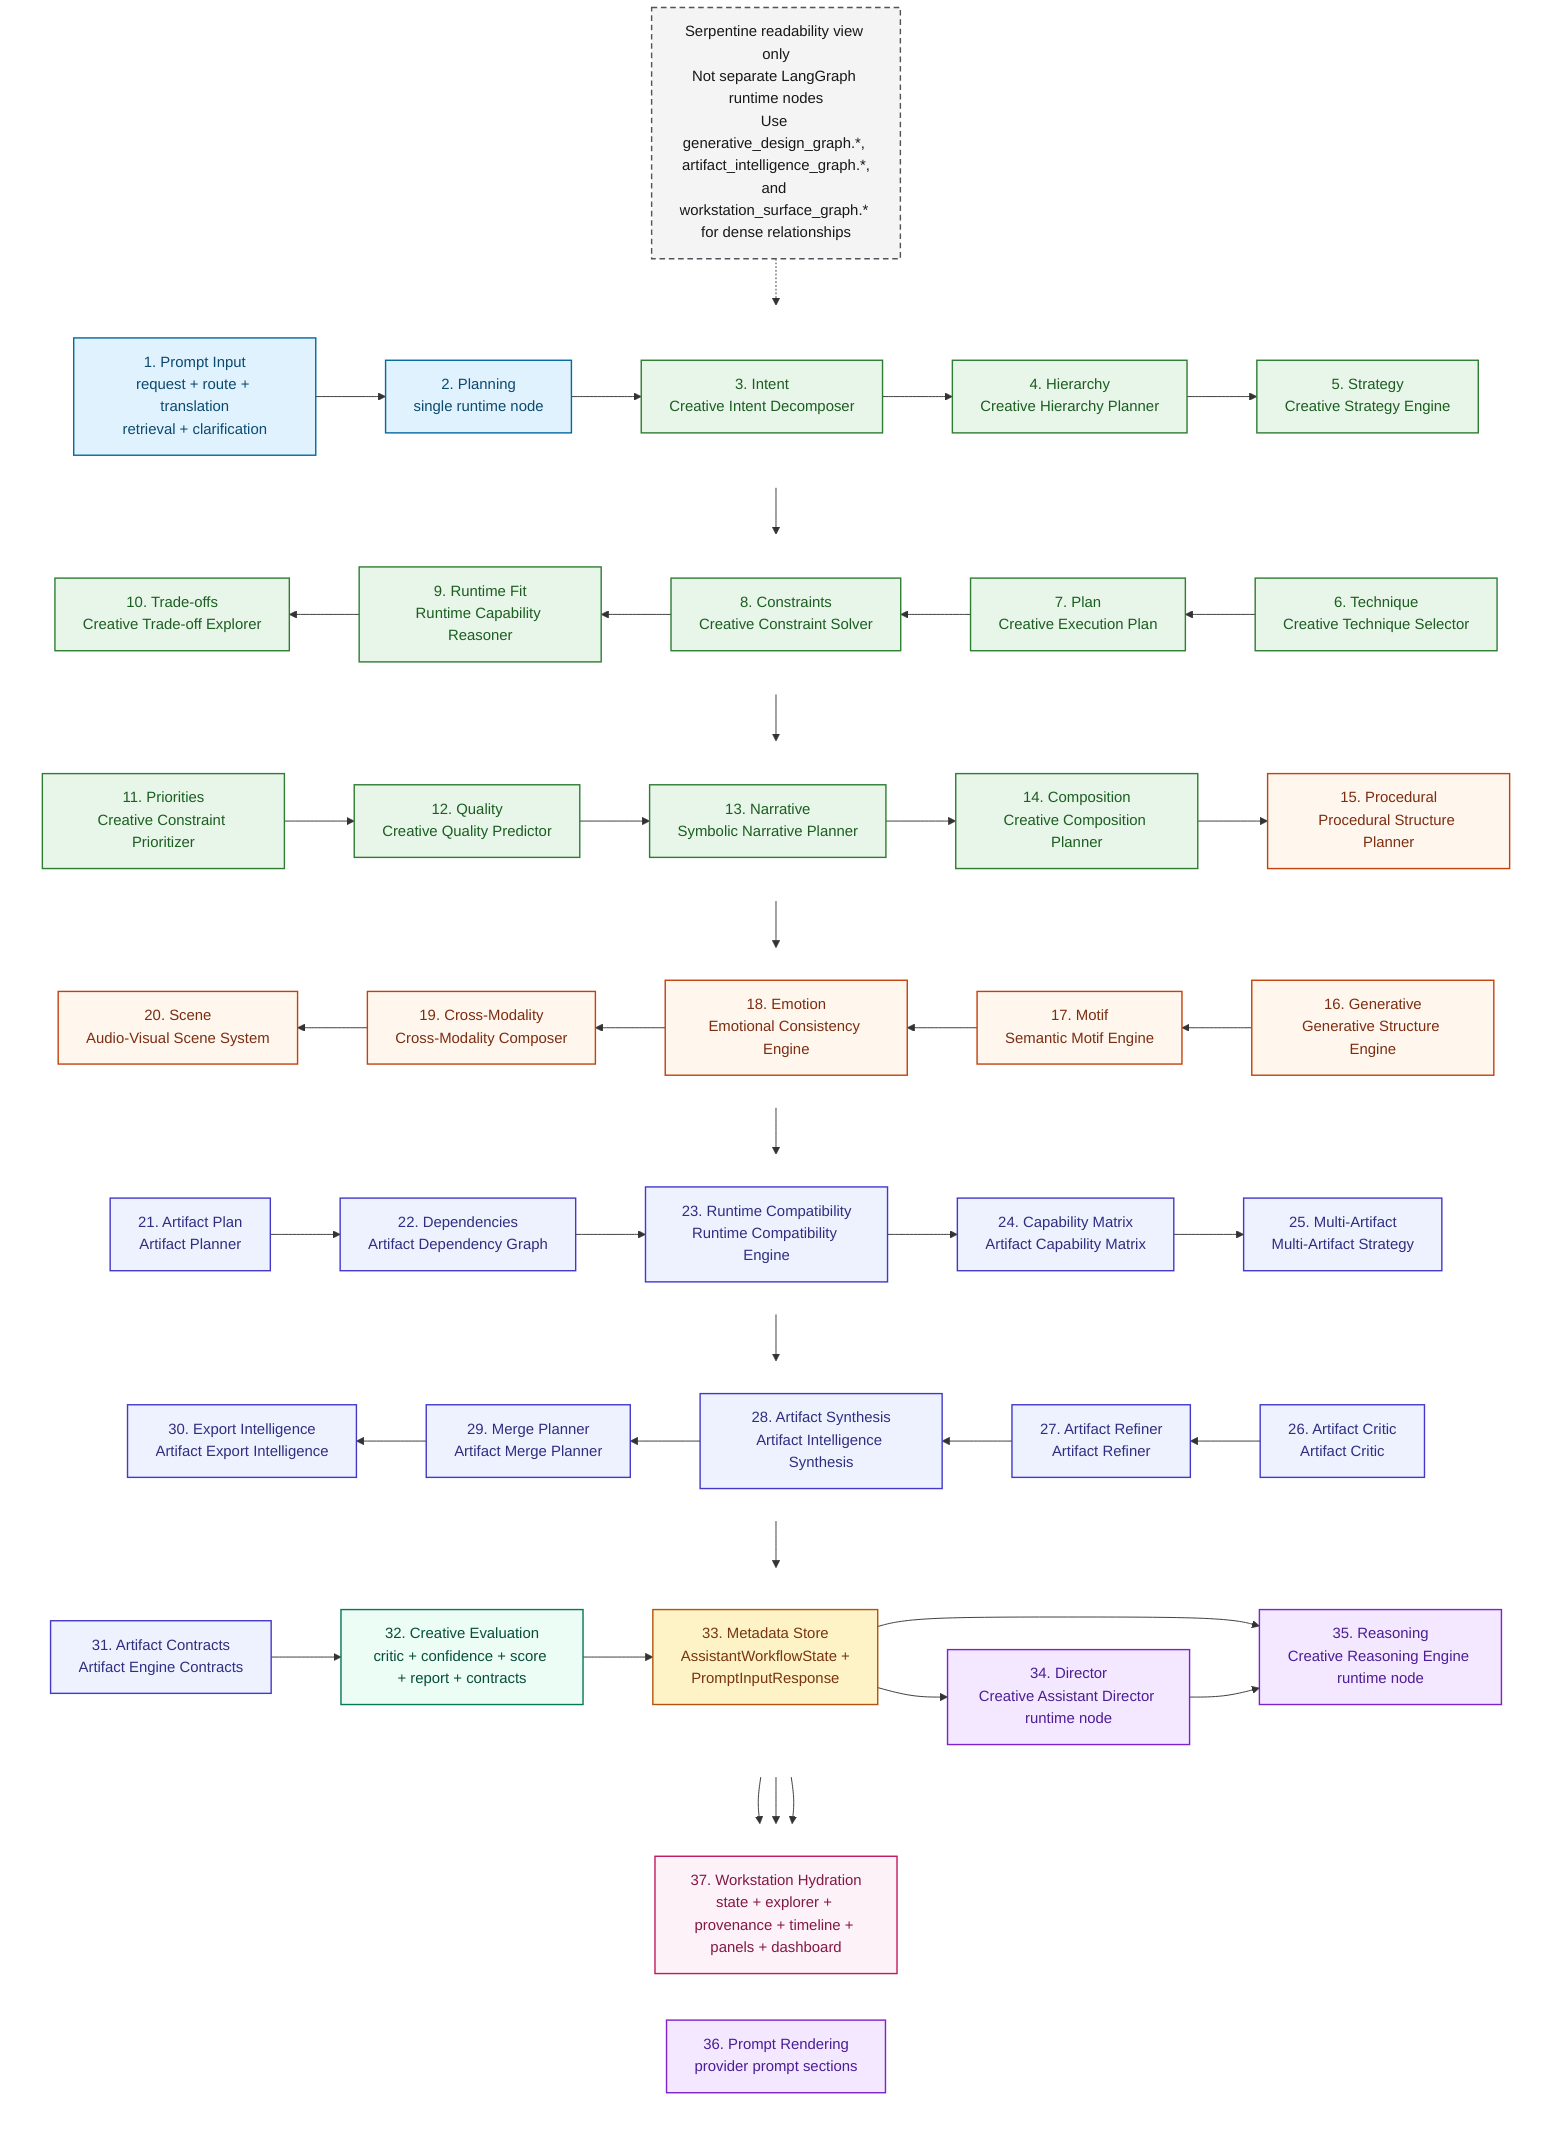
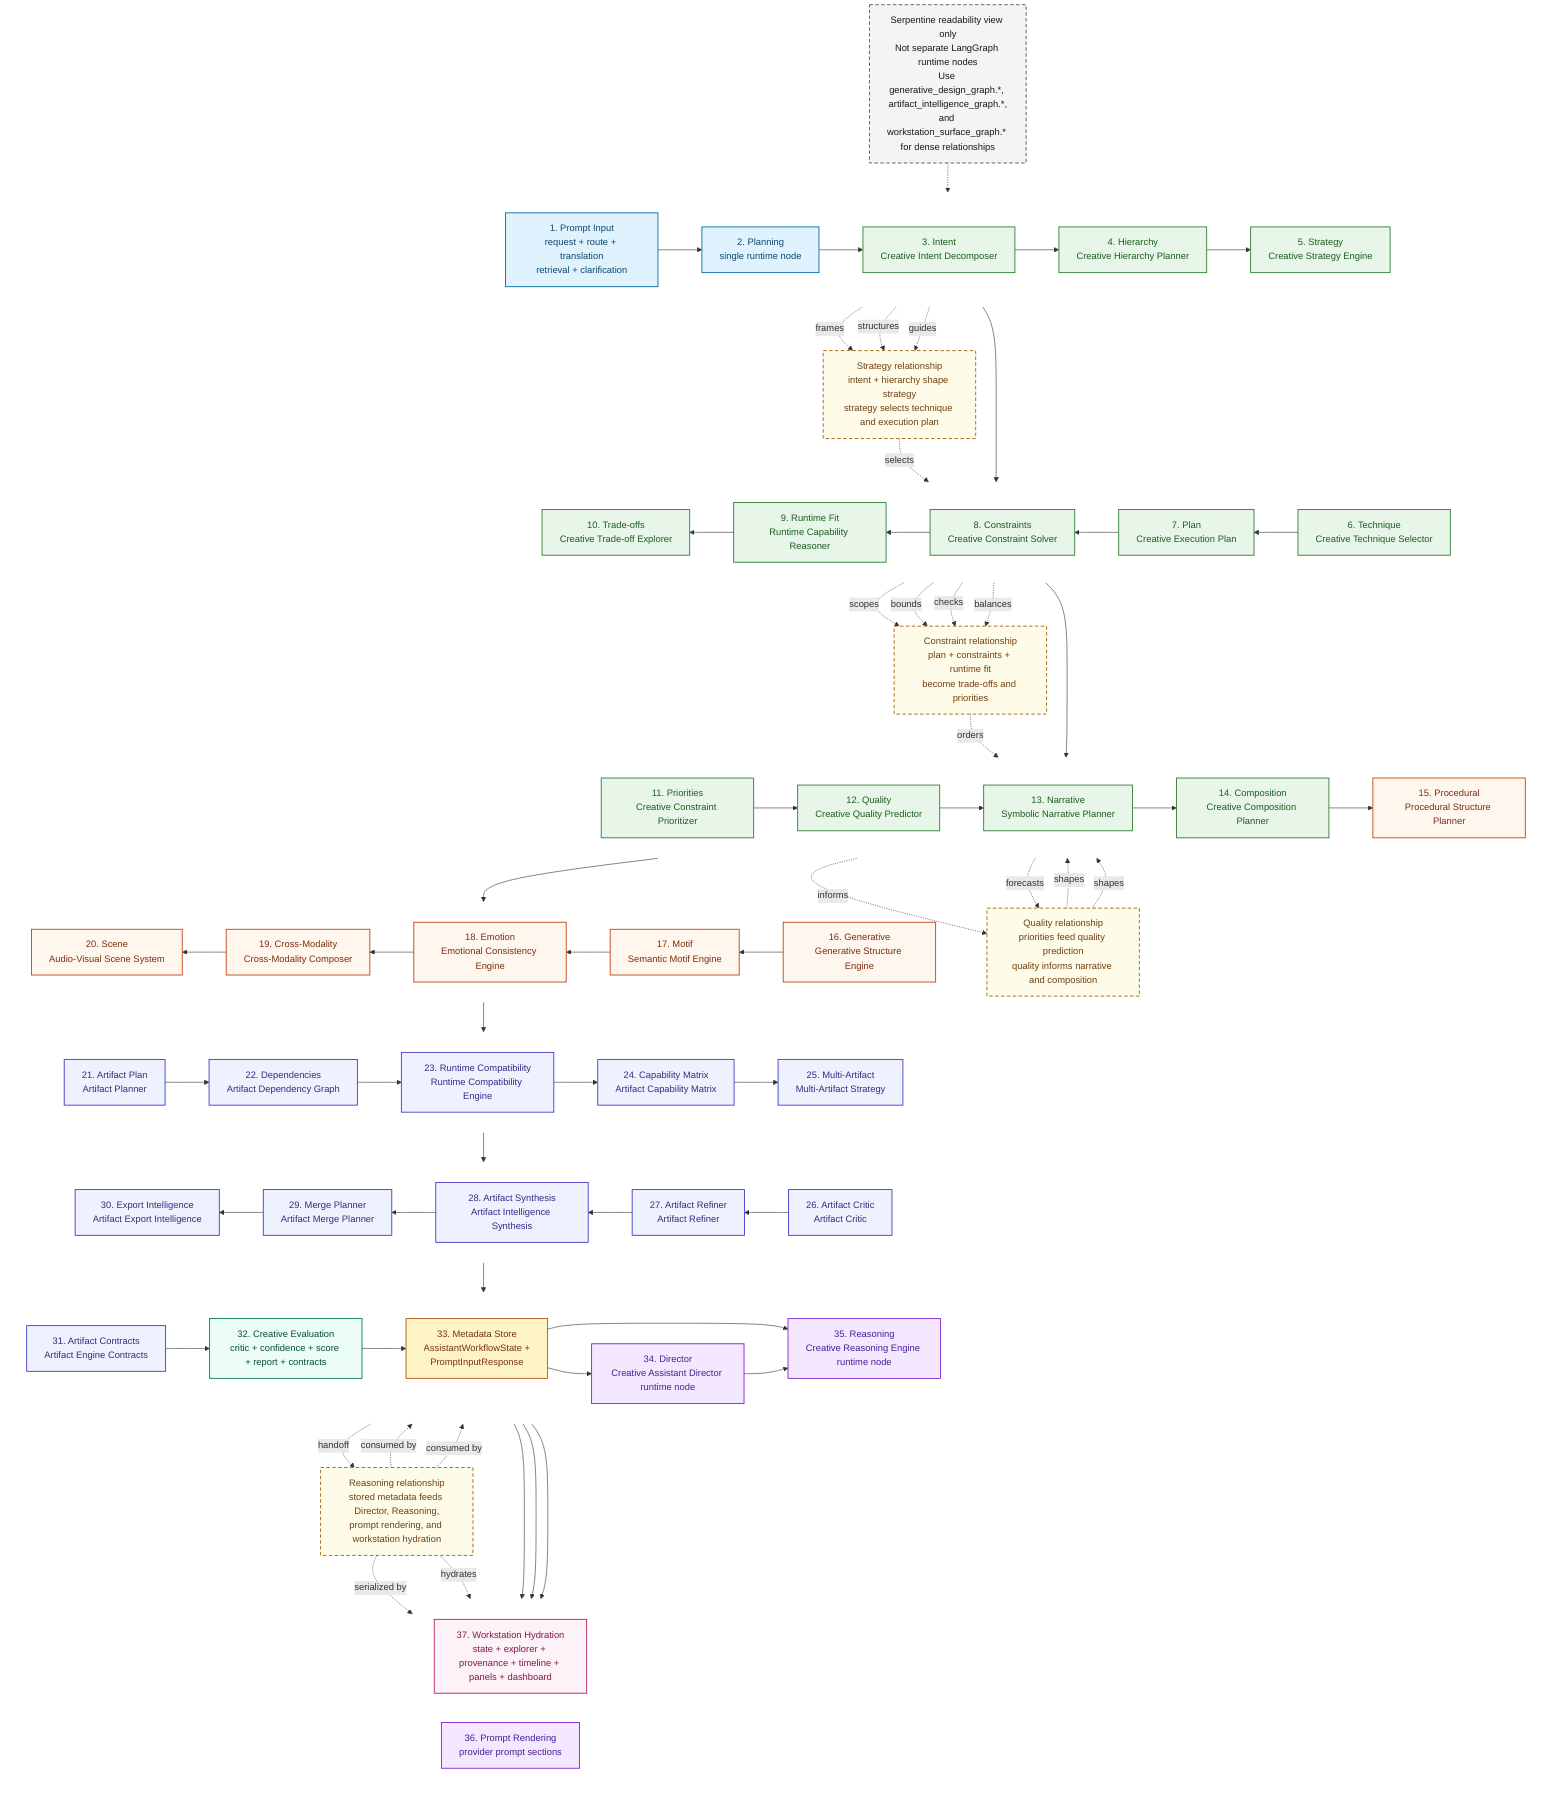
flowchart TB
    %% Class palette
    classDef runtime fill:#E0F2FE,stroke:#0369A1,color:#0C4A6E,stroke-width:1.5px;
    classDef cognition fill:#E8F5E9,stroke:#2E7D32,color:#1B5E20,stroke-width:1.5px;
    classDef design fill:#FFF7ED,stroke:#C2410C,color:#7C2D12,stroke-width:1.5px;
    classDef artifact fill:#EEF2FF,stroke:#4338CA,color:#312E81,stroke-width:1.5px;
    classDef evaluation fill:#ECFDF5,stroke:#047857,color:#064E3B,stroke-width:1.5px;
    classDef store fill:#FEF3C7,stroke:#B45309,color:#78350F,stroke-width:1.5px;
    classDef consumer fill:#F3E8FF,stroke:#7E22CE,color:#4C1D95,stroke-width:1.5px;
    classDef workstation fill:#FDF2F8,stroke:#BE185D,color:#831843,stroke-width:1.5px;
    classDef note fill:#F4F4F5,stroke:#52525B,color:#18181B,stroke-width:1.5px,stroke-dasharray: 6 4;
+     classDef relationship fill:#FEFCE8,stroke:#A16207,color:#713F12,stroke-width:1.5px,stroke-dasharray: 6 4;

    %% Serpentine readability rows
    subgraph row_1[" "]
        direction LR
        prompt_input["1. Prompt Input<br/>request + route + translation<br/>retrieval + clarification"]:::runtime
        planning["2. Planning<br/>single runtime node"]:::runtime
        intent["3. Intent<br/>Creative Intent Decomposer"]:::cognition
        hierarchy["4. Hierarchy<br/>Creative Hierarchy Planner"]:::cognition
        strategy["5. Strategy<br/>Creative Strategy Engine"]:::cognition
    end

    subgraph row_2[" "]
        direction RL
        techniques["6. Technique<br/>Creative Technique Selector"]:::cognition
        plan["7. Plan<br/>Creative Execution Plan"]:::cognition
        constraints["8. Constraints<br/>Creative Constraint Solver"]:::cognition
        runtime_reasoner["9. Runtime Fit<br/>Runtime Capability Reasoner"]:::cognition
        tradeoffs["10. Trade-offs<br/>Creative Trade-off Explorer"]:::cognition
    end

    subgraph row_3[" "]
        direction LR
        priorities["11. Priorities<br/>Creative Constraint Prioritizer"]:::cognition
        quality["12. Quality<br/>Creative Quality Predictor"]:::cognition
        narrative["13. Narrative<br/>Symbolic Narrative Planner"]:::cognition
        composition["14. Composition<br/>Creative Composition Planner"]:::cognition
        procedural["15. Procedural<br/>Procedural Structure Planner"]:::design
    end

    subgraph row_4[" "]
        direction RL
        generative["16. Generative<br/>Generative Structure Engine"]:::design
        motif["17. Motif<br/>Semantic Motif Engine"]:::design
        emotion["18. Emotion<br/>Emotional Consistency Engine"]:::design
        cross["19. Cross-Modality<br/>Cross-Modality Composer"]:::design
        scene["20. Scene<br/>Audio-Visual Scene System"]:::design
    end

    subgraph row_5[" "]
        direction LR
        artifact_plan["21. Artifact Plan<br/>Artifact Planner"]:::artifact
        dependency["22. Dependencies<br/>Artifact Dependency Graph"]:::artifact
        compatibility["23. Runtime Compatibility<br/>Runtime Compatibility Engine"]:::artifact
        capability["24. Capability Matrix<br/>Artifact Capability Matrix"]:::artifact
        artifact_strategy["25. Multi-Artifact<br/>Multi-Artifact Strategy"]:::artifact
    end

    subgraph row_6[" "]
        direction RL
        artifact_critic["26. Artifact Critic<br/>Artifact Critic"]:::artifact
        artifact_refiner["27. Artifact Refiner<br/>Artifact Refiner"]:::artifact
        artifact_synthesis["28. Artifact Synthesis<br/>Artifact Intelligence Synthesis"]:::artifact
        merge_planner["29. Merge Planner<br/>Artifact Merge Planner"]:::artifact
        export_intelligence["30. Export Intelligence<br/>Artifact Export Intelligence"]:::artifact
    end

    subgraph row_7[" "]
        direction LR
        contracts["31. Artifact Contracts<br/>Artifact Engine Contracts"]:::artifact
        evaluation["32. Creative Evaluation<br/>critic + confidence + score + report + contracts"]:::evaluation
        metadata_store["33. Metadata Store<br/>AssistantWorkflowState +<br/>PromptInputResponse"]:::store
        director["34. Director<br/>Creative Assistant Director runtime node"]:::consumer
        reasoning["35. Reasoning<br/>Creative Reasoning Engine runtime node"]:::consumer
    end

    subgraph row_8[" "]
        direction RL
        workstation["37. Workstation Hydration<br/>state + explorer + provenance + timeline + panels + dashboard"]:::workstation
        prompt_rendering["36. Prompt Rendering<br/>provider prompt sections"]:::consumer
    end

    %% Context note
    note["Serpentine readability view only<br/>Not separate LangGraph runtime nodes<br/>Use generative_design_graph.*, artifact_intelligence_graph.*,<br/>and workstation_surface_graph.* for dense relationships"]:::note
+     strategy_boundary["Strategy relationship<br/>intent + hierarchy shape strategy<br/>strategy selects technique and execution plan"]:::relationship
+     constraint_boundary["Constraint relationship<br/>plan + constraints + runtime fit<br/>become trade-offs and priorities"]:::relationship
+     quality_boundary["Quality relationship<br/>priorities feed quality prediction<br/>quality informs narrative and composition"]:::relationship
+     reasoning_boundary["Reasoning relationship<br/>stored metadata feeds Director, Reasoning,<br/>prompt rendering, and workstation hydration"]:::relationship

    %% Serpentine capability flow
    prompt_input --> planning --> intent --> hierarchy --> strategy
    strategy --> techniques --> plan --> constraints --> runtime_reasoner --> tradeoffs
    tradeoffs --> priorities --> quality --> narrative --> composition --> procedural
    procedural --> generative --> motif --> emotion --> cross --> scene
    scene --> artifact_plan --> dependency --> compatibility --> capability --> artifact_strategy
    artifact_strategy --> artifact_critic --> artifact_refiner --> artifact_synthesis --> merge_planner --> export_intelligence
    export_intelligence --> contracts --> evaluation --> metadata_store

    %% Runtime metadata consumers
    metadata_store --> director
    metadata_store --> reasoning
    metadata_store --> prompt_rendering
    metadata_store --> workstation
    director --> reasoning --> prompt_rendering
    note -.-> planning

+     %% Relationship annotations
+     intent -. frames .-> strategy_boundary
+     hierarchy -. structures .-> strategy_boundary
+     strategy -. guides .-> strategy_boundary
+     strategy_boundary -. selects .-> techniques
+     plan -. scopes .-> constraint_boundary
+     constraints -. bounds .-> constraint_boundary
+     runtime_reasoner -. checks .-> constraint_boundary
+     tradeoffs -. balances .-> constraint_boundary
+     constraint_boundary -. orders .-> priorities
+     priorities -. informs .-> quality_boundary
+     quality -. forecasts .-> quality_boundary
+     quality_boundary -. shapes .-> narrative
+     quality_boundary -. shapes .-> composition
+     metadata_store -. handoff .-> reasoning_boundary
+     reasoning_boundary -. consumed by .-> director
+     reasoning_boundary -. consumed by .-> reasoning
+     reasoning_boundary -. serialized by .-> prompt_rendering
+     reasoning_boundary -. hydrates .-> workstation
+ 
    %% Row styling
    style row_1 fill:none,stroke:none
    style row_2 fill:none,stroke:none
    style row_3 fill:none,stroke:none
    style row_4 fill:none,stroke:none
    style row_5 fill:none,stroke:none
    style row_6 fill:none,stroke:none
    style row_7 fill:none,stroke:none
    style row_8 fill:none,stroke:none
